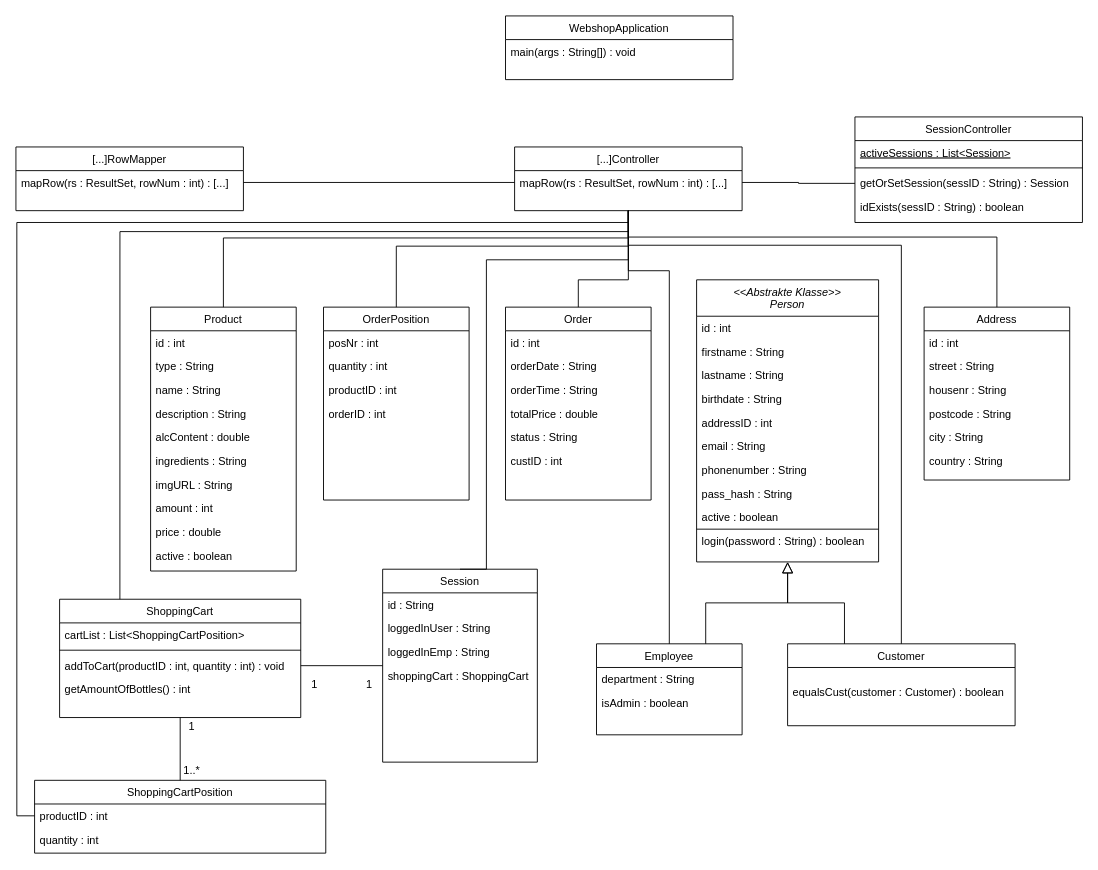
kzi90/ProjekteWI_1 keeps this draw.io diagram as diagrams/Class_Diagramm.drawio. Above is the earlier version. Source tidied: cells renumbered, new cells numbered last; positions are measured from the earlier drawing's top-left corner, leaving out a move shared by most shapes. Both pictures are drawn from the tidied source at 91%, with x=0, y=0 at pixel (15, 15).
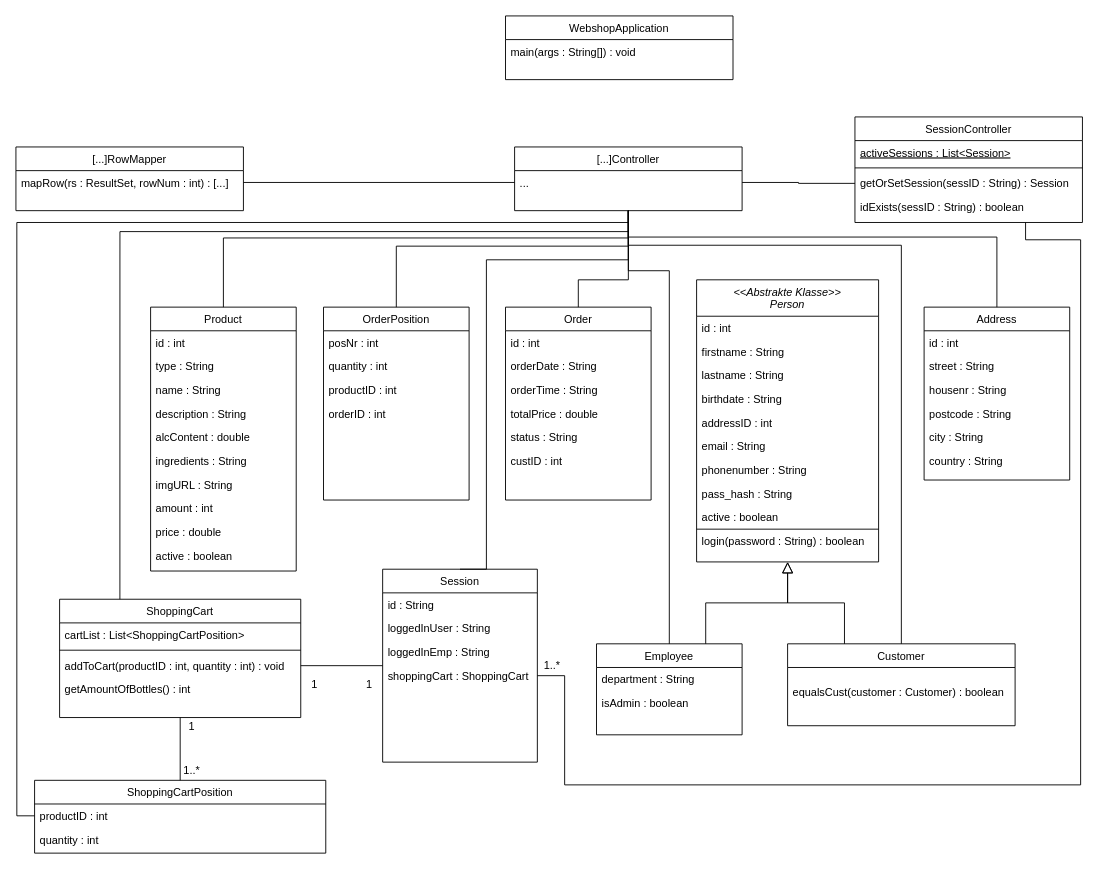
The same diagram, later.

Commit message:
update class_diagramm

Unchanged cells that the change refers to:
```xml
<mxCell id="56" value="shoppingCart : ShoppingCart" style="text;align=left;verticalAlign=top;spacingLeft=4;spacingRight=4;overflow=hidden;points=[[0,0.5],[1,0.5]];portConstraint=eastwest;" parent="52" vertex="1">
  <mxGeometry y="104" width="170" height="26" as="geometry" />
</mxCell>
<mxCell id="81" value="[...]Controller" style="swimlane;fontStyle=0;align=center;verticalAlign=top;horizontal=1;startSize=26;rounded=0;shadow=0;strokeWidth=1;" parent="1" vertex="1">
  <mxGeometry x="548" y="144" width="250" height="70" as="geometry" />
</mxCell>
<mxCell id="83" value="SessionController" style="swimlane;fontStyle=0;align=center;verticalAlign=top;horizontal=1;startSize=26;rounded=0;shadow=0;strokeWidth=1;" parent="1" vertex="1">
  <mxGeometry x="922" y="111" width="250" height="116" as="geometry" />
</mxCell>
```

Diff of the diagram source:
```diff
@@
-    <mxCell id="82" value="mapRow(rs : ResultSet, rowNum : int) : [...]" style="text;align=left;verticalAlign=top;spacingLeft=4;spacingRight=4;overflow=hidden;points=[[0,0.5],[1,0.5]];portConstraint=eastwest;" parent="81" vertex="1">
+    <mxCell id="82" value="..." style="text;align=left;verticalAlign=top;spacingLeft=4;spacingRight=4;overflow=hidden;points=[[0,0.5],[1,0.5]];portConstraint=eastwest;" parent="81" vertex="1">
       <mxGeometry y="26" width="250" height="26" as="geometry" />
     </mxCell>
@@
+    <mxCell id="92" style="edgeStyle=orthogonalEdgeStyle;rounded=0;jettySize=auto;html=1;entryX=0.75;entryY=1;entryDx=0;entryDy=0;endArrow=none;endFill=0;" parent="1" edge="1" source="56" target="83">
+      <mxGeometry relative="1" as="geometry">
+        <Array as="points">
+          <mxPoint x="603" y="725" />
+          <mxPoint x="603" y="845" />
+          <mxPoint x="1170" y="845" />
+          <mxPoint x="1170" y="246" />
+          <mxPoint x="1110" y="246" />
+        </Array>
+      </mxGeometry>
+    </mxCell>
+    <mxCell id="93" value="1..*" style="text;html=1;align=center;verticalAlign=middle;strokeColor=none;" parent="1" vertex="1">
+      <mxGeometry x="575" y="705" width="28" height="18" as="geometry" />
+    </mxCell>
```
